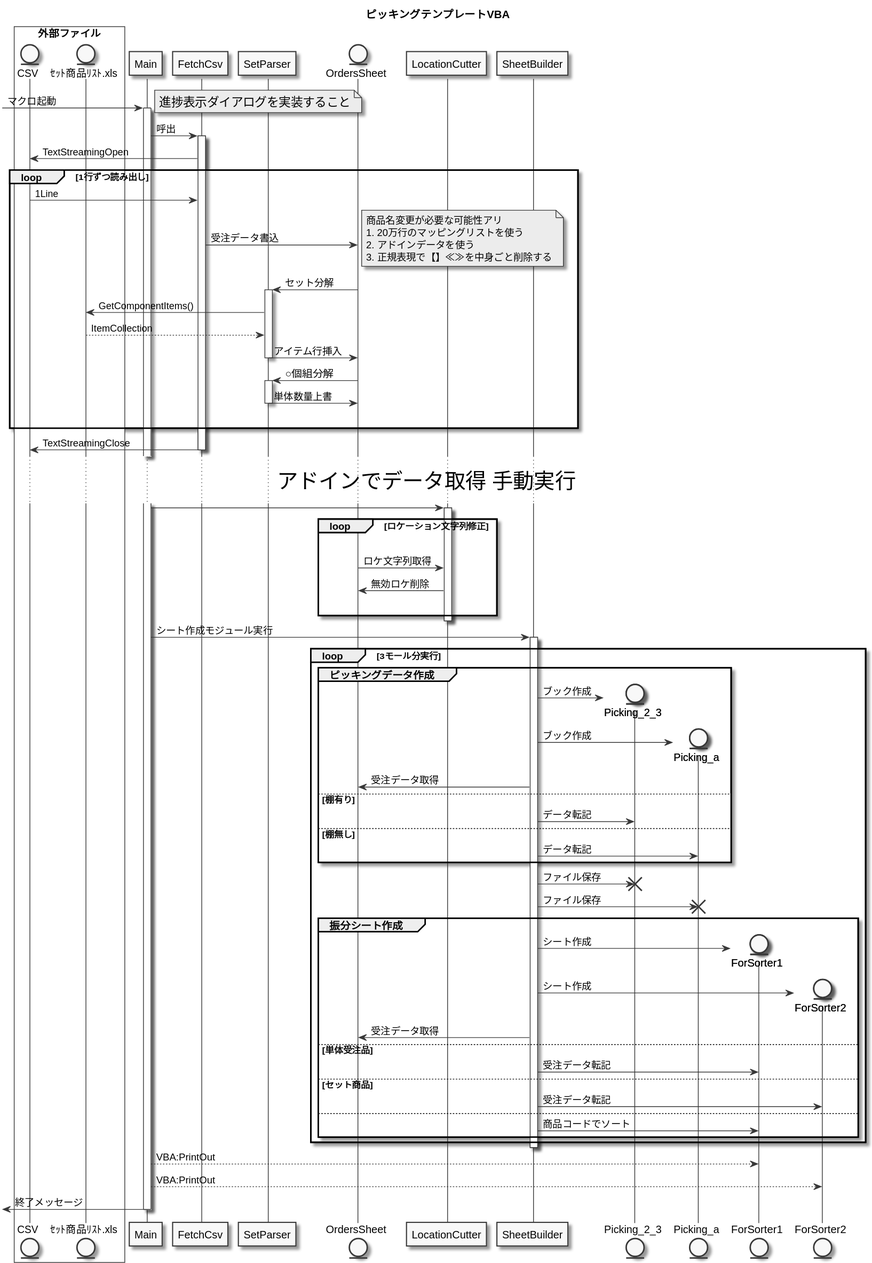
Earlier version of the PlantUML export out/picking_create_vba/picking_create_vba.svg (amunenaga/ec-backyard-macro). Its source is kept beside it as picking_create_vba.puml.
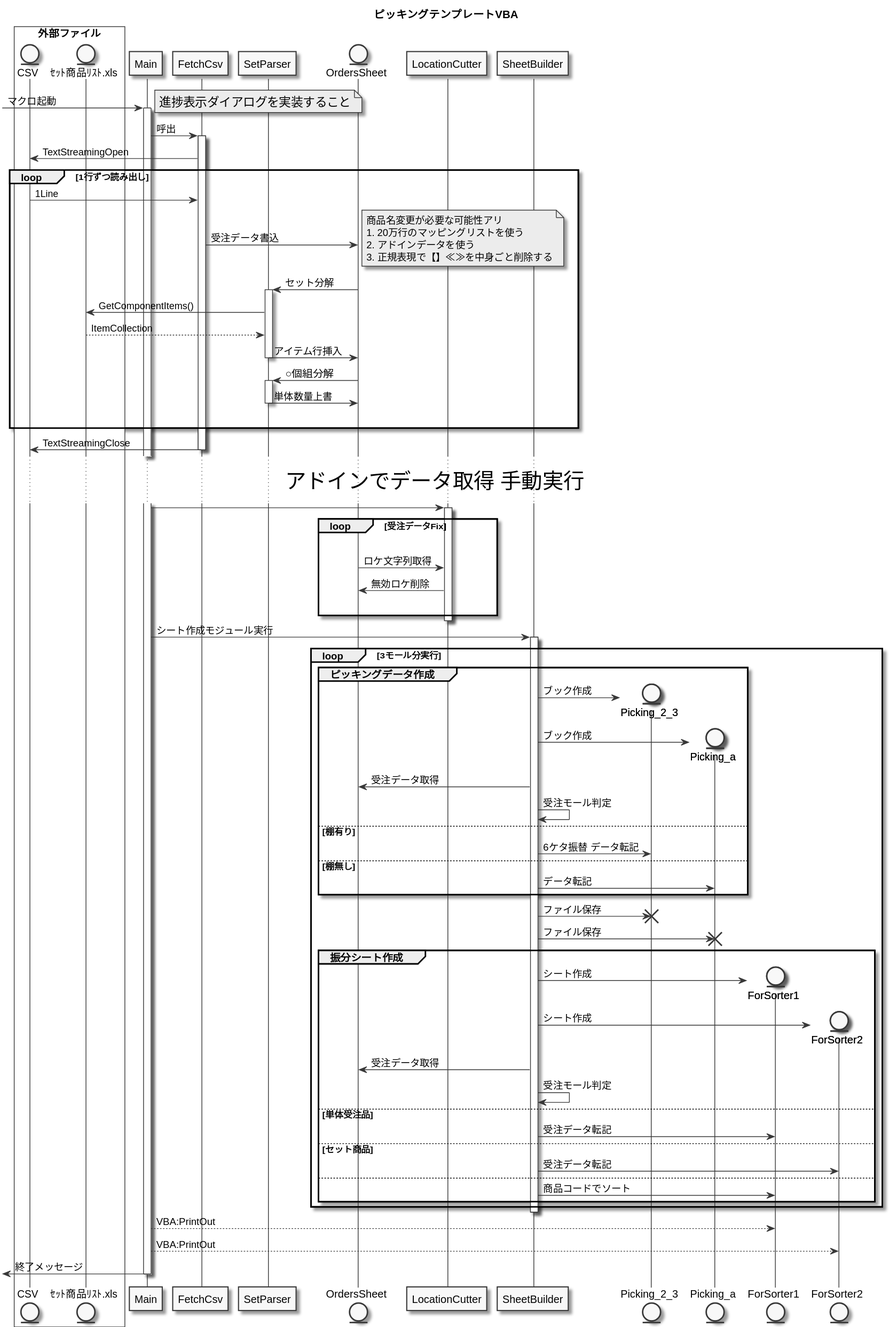
After the change.

Commit message:
モール判定・社内コード振替の処理追記

The edit, as a diff of the source:
```diff
@@ -69,7 +69,7 @@
 
     activate LocationCutter
 
-    loop ロケーション文字列修正
+    loop 受注データFix
         |||
         OrdersSheet -> LocationCutter :ロケ文字列取得
         OrdersSheet <- LocationCutter :無効ロケ削除
@@ -93,8 +93,10 @@
 
         OrdersSheet <- SheetBuilder : 受注データ取得
 
+        SheetBuilder -> SheetBuilder : 受注モール判定
+
         else 棚有り
-            SheetBuilder -> Picking_2_3 : データ転記
+            SheetBuilder -> Picking_2_3 : 6ケタ振替 データ転記
 
         else 棚無し
             SheetBuilder -> Picking_a : データ転記
@@ -112,8 +114,8 @@
         SheetBuilder -> ForSorter1 : シート作成
         create entity ForSorter2
         SheetBuilder -> ForSorter2 : シート作成
-
         OrdersSheet <- SheetBuilder : 受注データ取得
+        SheetBuilder -> SheetBuilder : 受注モール判定
 
         else 単体受注品
 
```
